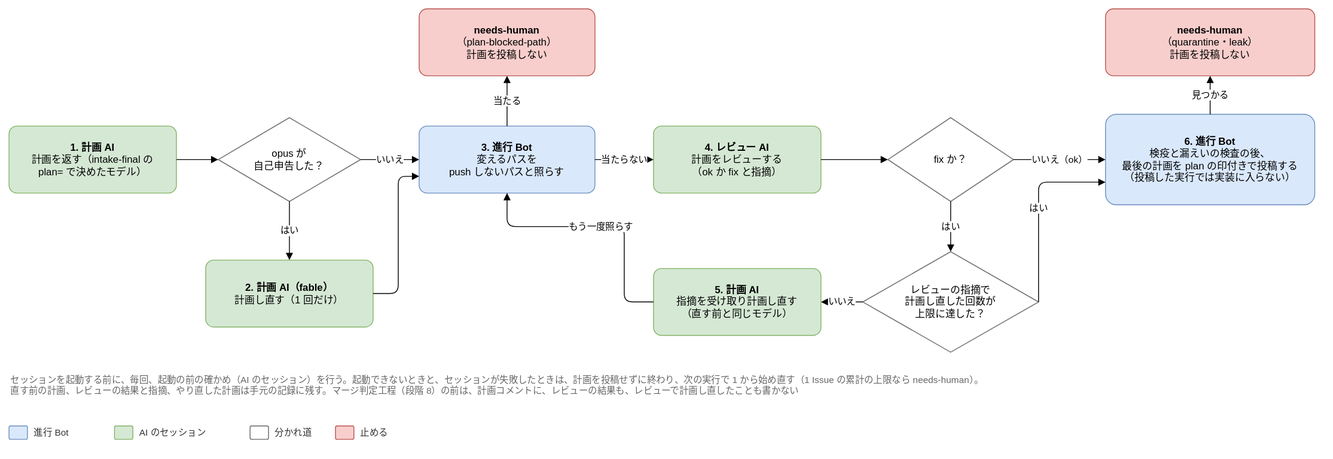
Above: docs/design/basic/diagrams/02-plan-step.drawio.svg in Joymerrevent/dev-autopilot (draw.io), before the change. Source tidied: cells renumbered, new cells last; positions are measured from the earlier drawing's top-left corner, leaving out a move shared by most shapes.
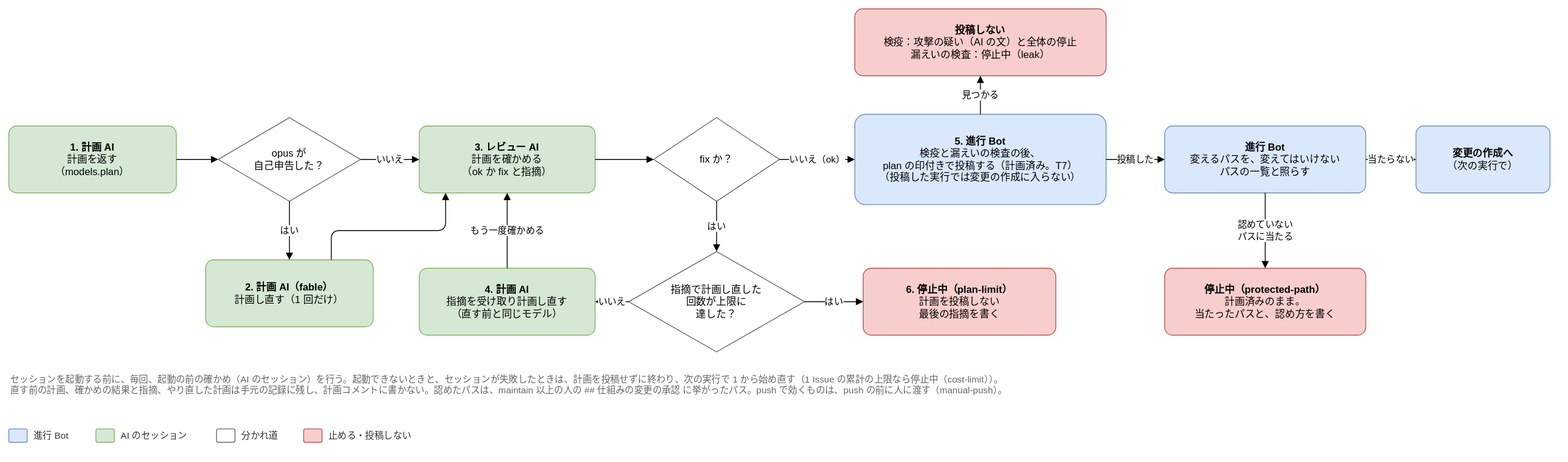
After the change.

Change to the diagram source:
```diff
@@ -2,7 +2,7 @@
   <root>
     <mxCell id="0" />
     <mxCell id="1" parent="0" />
-    <mxCell id="2" value="&lt;b&gt;1. 計画 AI&lt;/b&gt;&lt;br&gt;計画を返す（intake-final の&lt;br&gt;plan= で決めたモデル）" style="rounded=1;whiteSpace=wrap;html=1;fontSize=12;arcSize=12;spacing=12;fillColor=#d5e8d4;strokeColor=#82b366;" parent="1" vertex="1">
+    <mxCell id="2" value="&lt;b&gt;1. 計画 AI&lt;/b&gt;&lt;br&gt;計画を返す&lt;br&gt;（models.plan）" style="rounded=1;whiteSpace=wrap;html=1;fontSize=12;arcSize=12;spacing=12;fillColor=#d5e8d4;strokeColor=#82b366;" parent="1" vertex="1">
       <mxGeometry y="140" width="200" height="80" as="geometry" />
     </mxCell>
     <mxCell id="3" value="opus が&lt;br&gt;自己申告した？" style="rhombus;whiteSpace=wrap;html=1;fontSize=12;spacing=12;fillColor=#ffffff;strokeColor=#666666;" parent="1" vertex="1">
@@ -11,111 +11,109 @@
     <mxCell id="4" value="&lt;b&gt;2. 計画 AI（fable）&lt;/b&gt;&lt;br&gt;計画し直す（1 回だけ）" style="rounded=1;whiteSpace=wrap;html=1;fontSize=12;arcSize=12;spacing=12;fillColor=#d5e8d4;strokeColor=#82b366;" parent="1" vertex="1">
       <mxGeometry x="235" y="300" width="200" height="80" as="geometry" />
     </mxCell>
-    <mxCell id="5" value="&lt;b&gt;3. 進行 Bot&lt;/b&gt;&lt;br&gt;変えるパスを&lt;br&gt;push しないパスと照らす" style="rounded=1;whiteSpace=wrap;html=1;fontSize=12;arcSize=12;spacing=12;fillColor=#dae8fc;strokeColor=#6c8ebf;" parent="1" vertex="1">
-      <mxGeometry x="490" y="140" width="210" height="80" as="geometry" />
-    </mxCell>
-    <mxCell id="6" value="&lt;b&gt;needs-human&lt;/b&gt;&lt;br&gt;（plan-blocked-path）&lt;br&gt;計画を投稿しない" style="rounded=1;whiteSpace=wrap;html=1;fontSize=12;arcSize=12;spacing=12;fillColor=#f8cecc;strokeColor=#b85450;" parent="1" vertex="1">
-      <mxGeometry x="490" width="210" height="80" as="geometry" />
-    </mxCell>
-    <mxCell id="7" value="&lt;b&gt;4. レビュー AI&lt;/b&gt;&lt;br&gt;計画をレビューする&lt;br&gt;（ok か fix と指摘）" style="rounded=1;whiteSpace=wrap;html=1;fontSize=12;arcSize=12;spacing=12;fillColor=#d5e8d4;strokeColor=#82b366;" parent="1" vertex="1">
-      <mxGeometry x="770" y="140" width="200" height="80" as="geometry" />
-    </mxCell>
+    <mxCell id="35" value="&lt;b&gt;3. レビュー AI&lt;/b&gt;&lt;br&gt;計画を確かめる&lt;br&gt;（ok か fix と指摘）" style="rounded=1;whiteSpace=wrap;html=1;fontSize=12;arcSize=12;spacing=12;fillColor=#d5e8d4;strokeColor=#82b366;" parent="1" vertex="1">
+      <mxGeometry x="490" y="140" width="210" height="80" as="geometry" />
+    </mxCell>
     <mxCell id="8" value="fix か？" style="rhombus;whiteSpace=wrap;html=1;fontSize=12;spacing=12;fillColor=#ffffff;strokeColor=#666666;" parent="1" vertex="1">
-      <mxGeometry x="1050" y="130" width="150" height="100" as="geometry" />
+      <mxGeometry x="770" y="130" width="150" height="100" as="geometry" />
     </mxCell>
-    <mxCell id="9" value="レビューの指摘で&lt;br&gt;計画し直した回数が&lt;br&gt;上限に達した？" style="rhombus;whiteSpace=wrap;html=1;fontSize=12;spacing=12;fillColor=#ffffff;strokeColor=#666666;" parent="1" vertex="1">
-      <mxGeometry x="1020" y="290" width="210" height="120" as="geometry" />
+    <mxCell id="9" value="指摘で計画し直した&lt;br&gt;回数が上限に&lt;br&gt;達した？" style="rhombus;whiteSpace=wrap;html=1;fontSize=12;spacing=12;fillColor=#ffffff;strokeColor=#666666;" parent="1" vertex="1">
+      <mxGeometry x="740" y="290" width="210" height="120" as="geometry" />
     </mxCell>
+    <mxCell id="7" value="&lt;b&gt;4. 計画 AI&lt;/b&gt;&lt;br&gt;指摘を受け取り計画し直す&lt;br&gt;（直す前と同じモデル）" style="rounded=1;whiteSpace=wrap;html=1;fontSize=12;arcSize=12;spacing=12;fillColor=#d5e8d4;strokeColor=#82b366;" parent="1" vertex="1">
+      <mxGeometry x="490" y="310" width="210" height="80" as="geometry" />
+    </mxCell>
+    <mxCell id="11" value="&lt;b&gt;6. 停止中（plan-limit）&lt;/b&gt;&lt;br&gt;計画を投稿しない&lt;br&gt;最後の指摘を書く" style="rounded=1;whiteSpace=wrap;html=1;fontSize=12;arcSize=12;spacing=12;fillColor=#f8cecc;strokeColor=#b85450;" parent="1" vertex="1">
+      <mxGeometry x="1020" y="310" width="230" height="80" as="geometry" />
+    </mxCell>
-    <mxCell id="10" value="&lt;b&gt;5. 計画 AI&lt;/b&gt;&lt;br&gt;指摘を受け取り計画し直す&lt;br&gt;（直す前と同じモデル）" style="rounded=1;whiteSpace=wrap;html=1;fontSize=12;arcSize=12;spacing=12;fillColor=#d5e8d4;strokeColor=#82b366;" parent="1" vertex="1">
-      <mxGeometry x="770" y="310" width="200" height="80" as="geometry" />
+    <mxCell id="10" value="&lt;b&gt;5. 進行 Bot&lt;/b&gt;&lt;br&gt;検疫と漏えいの検査の後、&lt;br&gt;plan の印付きで投稿する（計画済み。T7）&lt;br&gt;（投稿した実行では変更の作成に入らない）" style="rounded=1;whiteSpace=wrap;html=1;fontSize=12;arcSize=12;spacing=12;fillColor=#dae8fc;strokeColor=#6c8ebf;" parent="1" vertex="1">
+      <mxGeometry x="1010" y="126" width="300" height="108" as="geometry" />
     </mxCell>
-    <mxCell id="11" value="&lt;b&gt;6. 進行 Bot&lt;/b&gt;&lt;br&gt;検疫と漏えいの検査の後、&lt;br&gt;最後の計画を plan の印付きで投稿する&lt;br&gt;（投稿した実行では実装に入らない）" style="rounded=1;whiteSpace=wrap;html=1;fontSize=12;arcSize=12;spacing=12;fillColor=#dae8fc;strokeColor=#6c8ebf;" parent="1" vertex="1">
-      <mxGeometry x="1310" y="126" width="250" height="108" as="geometry" />
-    </mxCell>
+    <mxCell id="36" value="&lt;b&gt;進行 Bot&lt;/b&gt;&lt;br&gt;変えるパスを、変えてはいけない&lt;br&gt;パスの一覧と照らす" style="rounded=1;whiteSpace=wrap;html=1;fontSize=12;arcSize=12;spacing=12;fillColor=#dae8fc;strokeColor=#6c8ebf;" parent="1" vertex="1">
+      <mxGeometry x="1380" y="140" width="240" height="80" as="geometry" />
+    </mxCell>
+    <mxCell id="37" value="&lt;b&gt;停止中（protected-path）&lt;/b&gt;&lt;br&gt;計画済みのまま。&lt;br&gt;当たったパスと、認め方を書く" style="rounded=1;whiteSpace=wrap;html=1;fontSize=12;arcSize=12;spacing=12;fillColor=#f8cecc;strokeColor=#b85450;" parent="1" vertex="1">
+      <mxGeometry x="1380" y="310" width="240" height="80" as="geometry" />
+    </mxCell>
+    <mxCell id="38" value="&lt;b&gt;投稿しない&lt;/b&gt;&lt;br&gt;検疫：攻撃の疑い（AI の文）と全体の停止&lt;br&gt;漏えいの検査：停止中（leak）" style="rounded=1;whiteSpace=wrap;html=1;fontSize=12;arcSize=12;spacing=12;fillColor=#f8cecc;strokeColor=#b85450;" parent="1" vertex="1">
+      <mxGeometry x="1010" width="300" height="80" as="geometry" />
+    </mxCell>
+    <mxCell id="39" value="&lt;b&gt;変更の作成へ&lt;/b&gt;&lt;br&gt;（次の実行で）" style="rounded=1;whiteSpace=wrap;html=1;fontSize=12;arcSize=12;spacing=12;fillColor=#dae8fc;strokeColor=#6c8ebf;" parent="1" vertex="1">
+      <mxGeometry x="1680" y="140" width="160" height="80" as="geometry" />
+    </mxCell>
     <mxCell id="12" style="edgeStyle=orthogonalEdgeStyle;rounded=1;html=1;endArrow=block;endFill=1;fontSize=11;labelBackgroundColor=#ffffff;exitX=1;exitY=0.5;exitDx=0;exitDy=0;entryX=0;entryY=0.5;entryDx=0;entryDy=0;" parent="1" edge="1" source="2" target="3">
       <mxGeometry relative="1" as="geometry" />
     </mxCell>
     <mxCell id="13" value="はい" style="edgeStyle=orthogonalEdgeStyle;rounded=1;html=1;endArrow=block;endFill=1;fontSize=11;labelBackgroundColor=#ffffff;exitX=0.5;exitY=1;exitDx=0;exitDy=0;entryX=0.5;entryY=0;entryDx=0;entryDy=0;" parent="1" edge="1" source="3" target="4">
       <mxGeometry relative="1" as="geometry" />
     </mxCell>
-    <mxCell id="14" value="いいえ" style="edgeStyle=orthogonalEdgeStyle;rounded=1;html=1;endArrow=block;endFill=1;fontSize=11;labelBackgroundColor=#ffffff;exitX=1;exitY=0.5;exitDx=0;exitDy=0;entryX=0;entryY=0.5;entryDx=0;entryDy=0;" parent="1" edge="1" source="3" target="5">
+    <mxCell id="14" value="いいえ" style="edgeStyle=orthogonalEdgeStyle;rounded=1;html=1;endArrow=block;endFill=1;fontSize=11;labelBackgroundColor=#ffffff;exitX=1;exitY=0.5;exitDx=0;exitDy=0;entryX=0;entryY=0.5;entryDx=0;entryDy=0;" parent="1" edge="1" source="3" target="35">
       <mxGeometry relative="1" as="geometry" />
     </mxCell>
-    <mxCell id="15" style="edgeStyle=orthogonalEdgeStyle;rounded=1;html=1;endArrow=block;endFill=1;fontSize=11;labelBackgroundColor=#ffffff;exitX=1;exitY=0.5;exitDx=0;exitDy=0;entryX=0;entryY=0.75;entryDx=0;entryDy=0;" parent="1" edge="1" source="4" target="5">
+    <mxCell id="15" style="edgeStyle=orthogonalEdgeStyle;rounded=1;html=1;endArrow=block;endFill=1;fontSize=11;labelBackgroundColor=#ffffff;exitX=0.75;exitY=0;exitDx=0;exitDy=0;entryX=0.15;entryY=1;entryDx=0;entryDy=0;" parent="1" edge="1" source="4" target="35">
       <mxGeometry relative="1" as="geometry">
         <Array as="points">
-          <mxPoint x="465" y="340" />
-          <mxPoint x="465" y="200" />
+          <mxPoint x="385" y="265" />
+          <mxPoint x="521.5" y="265" />
         </Array>
       </mxGeometry>
     </mxCell>
-    <mxCell id="16" value="当たる" style="edgeStyle=orthogonalEdgeStyle;rounded=1;html=1;endArrow=block;endFill=1;fontSize=11;labelBackgroundColor=#ffffff;exitX=0.5;exitY=0;exitDx=0;exitDy=0;entryX=0.5;entryY=1;entryDx=0;entryDy=0;" parent="1" edge="1" source="5" target="6">
+    <mxCell id="16" style="edgeStyle=orthogonalEdgeStyle;rounded=1;html=1;endArrow=block;endFill=1;fontSize=11;labelBackgroundColor=#ffffff;exitX=1;exitY=0.5;exitDx=0;exitDy=0;entryX=0;entryY=0.5;entryDx=0;entryDy=0;" parent="1" edge="1" source="35" target="8">
       <mxGeometry relative="1" as="geometry" />
     </mxCell>
-    <mxCell id="17" value="当たらない" style="edgeStyle=orthogonalEdgeStyle;rounded=1;html=1;endArrow=block;endFill=1;fontSize=11;labelBackgroundColor=#ffffff;exitX=1;exitY=0.5;exitDx=0;exitDy=0;entryX=0;entryY=0.5;entryDx=0;entryDy=0;" parent="1" edge="1" source="5" target="7">
+    <mxCell id="17" value="いいえ（ok）" style="edgeStyle=orthogonalEdgeStyle;rounded=1;html=1;endArrow=block;endFill=1;fontSize=11;labelBackgroundColor=#ffffff;exitX=1;exitY=0.5;exitDx=0;exitDy=0;entryX=0;entryY=0.5;entryDx=0;entryDy=0;" parent="1" edge="1" source="8" target="10">
       <mxGeometry relative="1" as="geometry" />
     </mxCell>
-    <mxCell id="18" style="edgeStyle=orthogonalEdgeStyle;rounded=1;html=1;endArrow=block;endFill=1;fontSize=11;labelBackgroundColor=#ffffff;exitX=1;exitY=0.5;exitDx=0;exitDy=0;entryX=0;entryY=0.5;entryDx=0;entryDy=0;" parent="1" edge="1" source="7" target="8">
+    <mxCell id="18" value="はい" style="edgeStyle=orthogonalEdgeStyle;rounded=1;html=1;endArrow=block;endFill=1;fontSize=11;labelBackgroundColor=#ffffff;exitX=0.5;exitY=1;exitDx=0;exitDy=0;entryX=0.5;entryY=0;entryDx=0;entryDy=0;" parent="1" edge="1" source="8" target="9">
       <mxGeometry relative="1" as="geometry" />
     </mxCell>
-    <mxCell id="19" value="いいえ（ok）" style="edgeStyle=orthogonalEdgeStyle;rounded=1;html=1;endArrow=block;endFill=1;fontSize=11;labelBackgroundColor=#ffffff;exitX=1;exitY=0.5;exitDx=0;exitDy=0;entryX=0;entryY=0.5;entryDx=0;entryDy=0;" parent="1" edge="1" source="8" target="11">
+    <mxCell id="19" value="はい" style="edgeStyle=orthogonalEdgeStyle;rounded=1;html=1;endArrow=block;endFill=1;fontSize=11;labelBackgroundColor=#ffffff;exitX=1;exitY=0.5;exitDx=0;exitDy=0;entryX=0;entryY=0.5;entryDx=0;entryDy=0;" parent="1" edge="1" source="9" target="11">
       <mxGeometry relative="1" as="geometry" />
     </mxCell>
-    <mxCell id="20" value="はい" style="edgeStyle=orthogonalEdgeStyle;rounded=1;html=1;endArrow=block;endFill=1;fontSize=11;labelBackgroundColor=#ffffff;exitX=0.5;exitY=1;exitDx=0;exitDy=0;entryX=0.5;entryY=0;entryDx=0;entryDy=0;" parent="1" edge="1" source="8" target="9">
+    <mxCell id="20" value="いいえ" style="edgeStyle=orthogonalEdgeStyle;rounded=1;html=1;endArrow=block;endFill=1;fontSize=11;labelBackgroundColor=#ffffff;exitX=0;exitY=0.5;exitDx=0;exitDy=0;entryX=1;entryY=0.5;entryDx=0;entryDy=0;" parent="1" edge="1" source="9" target="7">
       <mxGeometry relative="1" as="geometry" />
     </mxCell>
-    <mxCell id="21" value="はい" style="edgeStyle=orthogonalEdgeStyle;rounded=1;html=1;endArrow=block;endFill=1;fontSize=11;labelBackgroundColor=#ffffff;exitX=1;exitY=0.5;exitDx=0;exitDy=0;entryX=0;entryY=0.75;entryDx=0;entryDy=0;" parent="1" edge="1" source="9" target="11">
-      <mxGeometry relative="1" as="geometry">
-        <Array as="points">
-          <mxPoint x="1230" y="350" />
-          <mxPoint x="1230" y="200" />
-        </Array>
-      </mxGeometry>
+    <mxCell id="21" value="もう一度確かめる" style="edgeStyle=orthogonalEdgeStyle;rounded=1;html=1;endArrow=block;endFill=1;fontSize=11;labelBackgroundColor=#ffffff;exitX=0.5;exitY=0;exitDx=0;exitDy=0;entryX=0.5;entryY=1;entryDx=0;entryDy=0;" parent="1" edge="1" source="7" target="35">
+      <mxGeometry relative="1" as="geometry" />
     </mxCell>
-    <mxCell id="22" value="いいえ" style="edgeStyle=orthogonalEdgeStyle;rounded=1;html=1;endArrow=block;endFill=1;fontSize=11;labelBackgroundColor=#ffffff;exitX=0;exitY=0.5;exitDx=0;exitDy=0;entryX=1;entryY=0.5;entryDx=0;entryDy=0;" parent="1" edge="1" source="9" target="10">
+    <mxCell id="22" value="見つかる" style="edgeStyle=orthogonalEdgeStyle;rounded=1;html=1;endArrow=block;endFill=1;fontSize=11;labelBackgroundColor=#ffffff;exitX=0.5;exitY=0;exitDx=0;exitDy=0;entryX=0.5;entryY=1;entryDx=0;entryDy=0;" parent="1" edge="1" source="10" target="38">
       <mxGeometry relative="1" as="geometry" />
     </mxCell>
-    <mxCell id="23" value="もう一度照らす" style="edgeStyle=orthogonalEdgeStyle;rounded=1;html=1;endArrow=block;endFill=1;fontSize=11;labelBackgroundColor=#ffffff;exitX=0;exitY=0.5;exitDx=0;exitDy=0;entryX=0.5;entryY=1;entryDx=0;entryDy=0;" parent="1" edge="1" source="10" target="5">
-      <mxGeometry relative="1" as="geometry">
-        <Array as="points">
-          <mxPoint x="735" y="350" />
-          <mxPoint x="735" y="260" />
-          <mxPoint x="595" y="260" />
-        </Array>
-      </mxGeometry>
+    <mxCell id="23" value="投稿した" style="edgeStyle=orthogonalEdgeStyle;rounded=1;html=1;endArrow=block;endFill=1;fontSize=11;labelBackgroundColor=#ffffff;exitX=1;exitY=0.5;exitDx=0;exitDy=0;entryX=0;entryY=0.5;entryDx=0;entryDy=0;" parent="1" edge="1" source="10" target="36">
+      <mxGeometry relative="1" as="geometry" />
     </mxCell>
+    <mxCell id="34" value="認めていない&lt;br&gt;パスに当たる" style="edgeStyle=orthogonalEdgeStyle;rounded=1;html=1;endArrow=block;endFill=1;fontSize=11;labelBackgroundColor=#ffffff;exitX=0.5;exitY=1;exitDx=0;exitDy=0;entryX=0.5;entryY=0;entryDx=0;entryDy=0;" parent="1" edge="1" source="36" target="37">
+      <mxGeometry relative="1" as="geometry" />
+    </mxCell>
+    <mxCell id="40" value="当たらない" style="edgeStyle=orthogonalEdgeStyle;rounded=1;html=1;endArrow=block;endFill=1;fontSize=11;labelBackgroundColor=#ffffff;exitX=1;exitY=0.5;exitDx=0;exitDy=0;entryX=0;entryY=0.5;entryDx=0;entryDy=0;" parent="1" edge="1" source="36" target="39">
+      <mxGeometry relative="1" as="geometry" />
+    </mxCell>
-    <mxCell id="24" value="セッションを起動する前に、毎回、起動の前の確かめ（AI のセッション）を行う。起動できないときと、セッションが失敗したときは、計画を投稿せずに終わり、次の実行で 1 から始め直す（1 Issue の累計の上限なら needs-human）。&lt;br&gt;直す前の計画、レビューの結果と指摘、やり直した計画は手元の記録に残す。マージ判定工程（段階 8）の前は、計画コメントに、レビューの結果も、レビューで計画し直したことも書かない" style="text;html=1;whiteSpace=wrap;align=left;verticalAlign=top;fontSize=11;fontColor=#666666;" parent="1" vertex="1">
-      <mxGeometry y="430" width="1560" height="54" as="geometry" />
+    <mxCell id="24" value="セッションを起動する前に、毎回、起動の前の確かめ（AI のセッション）を行う。起動できないときと、セッションが失敗したときは、計画を投稿せずに終わり、次の実行で 1 から始め直す（1 Issue の累計の上限なら停止中（cost-limit））。&lt;br&gt;直す前の計画、確かめの結果と指摘、やり直した計画は手元の記録に残し、計画コメントに書かない。認めたパスは、maintain 以上の人の ## 仕組みの変更の承認 に挙がったパス。push で効くものは、push の前に人に渡す（manual-push）。" style="text;html=1;whiteSpace=wrap;align=left;verticalAlign=top;fontSize=11;fontColor=#666666;" parent="1" vertex="1">
+      <mxGeometry y="430" width="1840" height="54" as="geometry" />
     </mxCell>
     <mxCell id="25" style="rounded=1;whiteSpace=wrap;html=1;fontSize=12;arcSize=12;spacing=12;fillColor=#dae8fc;strokeColor=#6c8ebf;" parent="1" vertex="1">
-      <mxGeometry y="498" width="22" height="16" as="geometry" />
+      <mxGeometry y="502" width="22" height="16" as="geometry" />
     </mxCell>
     <mxCell id="26" value="進行 Bot" style="text;html=1;align=left;verticalAlign=middle;fontSize=11;fontColor=#333333;" parent="1" vertex="1">
-      <mxGeometry x="28" y="496" width="82" height="20" as="geometry" />
+      <mxGeometry x="28" y="500" width="60" height="20" as="geometry" />
     </mxCell>
     <mxCell id="27" style="rounded=1;whiteSpace=wrap;html=1;fontSize=12;arcSize=12;spacing=12;fillColor=#d5e8d4;strokeColor=#82b366;" parent="1" vertex="1">
-      <mxGeometry x="126" y="498" width="22" height="16" as="geometry" />
+      <mxGeometry x="104" y="502" width="22" height="16" as="geometry" />
     </mxCell>
     <mxCell id="28" value="AI のセッション" style="text;html=1;align=left;verticalAlign=middle;fontSize=11;fontColor=#333333;" parent="1" vertex="1">
-      <mxGeometry x="154" y="496" width="118" height="20" as="geometry" />
+      <mxGeometry x="132" y="500" width="100" height="20" as="geometry" />
     </mxCell>
     <mxCell id="29" style="rounded=1;whiteSpace=wrap;html=1;fontSize=12;arcSize=12;spacing=12;fillColor=#ffffff;strokeColor=#666666;" parent="1" vertex="1">
-      <mxGeometry x="288" y="498" width="22" height="16" as="geometry" />
+      <mxGeometry x="248" y="502" width="22" height="16" as="geometry" />
     </mxCell>
     <mxCell id="30" value="分かれ道" style="text;html=1;align=left;verticalAlign=middle;fontSize=11;fontColor=#333333;" parent="1" vertex="1">
-      <mxGeometry x="316" y="496" width="58" height="20" as="geometry" />
+      <mxGeometry x="276" y="500" width="60" height="20" as="geometry" />
     </mxCell>
     <mxCell id="31" style="rounded=1;whiteSpace=wrap;html=1;fontSize=12;arcSize=12;spacing=12;fillColor=#f8cecc;strokeColor=#b85450;" parent="1" vertex="1">
-      <mxGeometry x="390" y="498" width="22" height="16" as="geometry" />
+      <mxGeometry x="352" y="502" width="22" height="16" as="geometry" />
     </mxCell>
-    <mxCell id="32" value="止める" style="text;html=1;align=left;verticalAlign=middle;fontSize=11;fontColor=#333333;" parent="1" vertex="1">
-      <mxGeometry x="418" y="496" width="46" height="20" as="geometry" />
+    <mxCell id="32" value="止める・投稿しない" style="text;html=1;align=left;verticalAlign=middle;fontSize=11;fontColor=#333333;" parent="1" vertex="1">
+      <mxGeometry x="380" y="500" width="120" height="20" as="geometry" />
     </mxCell>
-    <mxCell id="33" value="&lt;b&gt;needs-human&lt;/b&gt;&lt;br&gt;（quarantine・leak）&lt;br&gt;計画を投稿しない" style="rounded=1;whiteSpace=wrap;html=1;fontSize=12;arcSize=12;spacing=12;fillColor=#f8cecc;strokeColor=#b85450;" parent="1" vertex="1">
-      <mxGeometry x="1310" width="250" height="80" as="geometry" />
-    </mxCell>
-    <mxCell id="34" value="見つかる" style="edgeStyle=orthogonalEdgeStyle;rounded=1;html=1;endArrow=block;endFill=1;fontSize=11;labelBackgroundColor=#ffffff;exitX=0.5;exitY=0;exitDx=0;exitDy=0;entryX=0.5;entryY=1;entryDx=0;entryDy=0;" parent="1" edge="1" source="11" target="33">
-      <mxGeometry relative="1" as="geometry" />
-    </mxCell>
   </root>
 </mxGraphModel>
```
